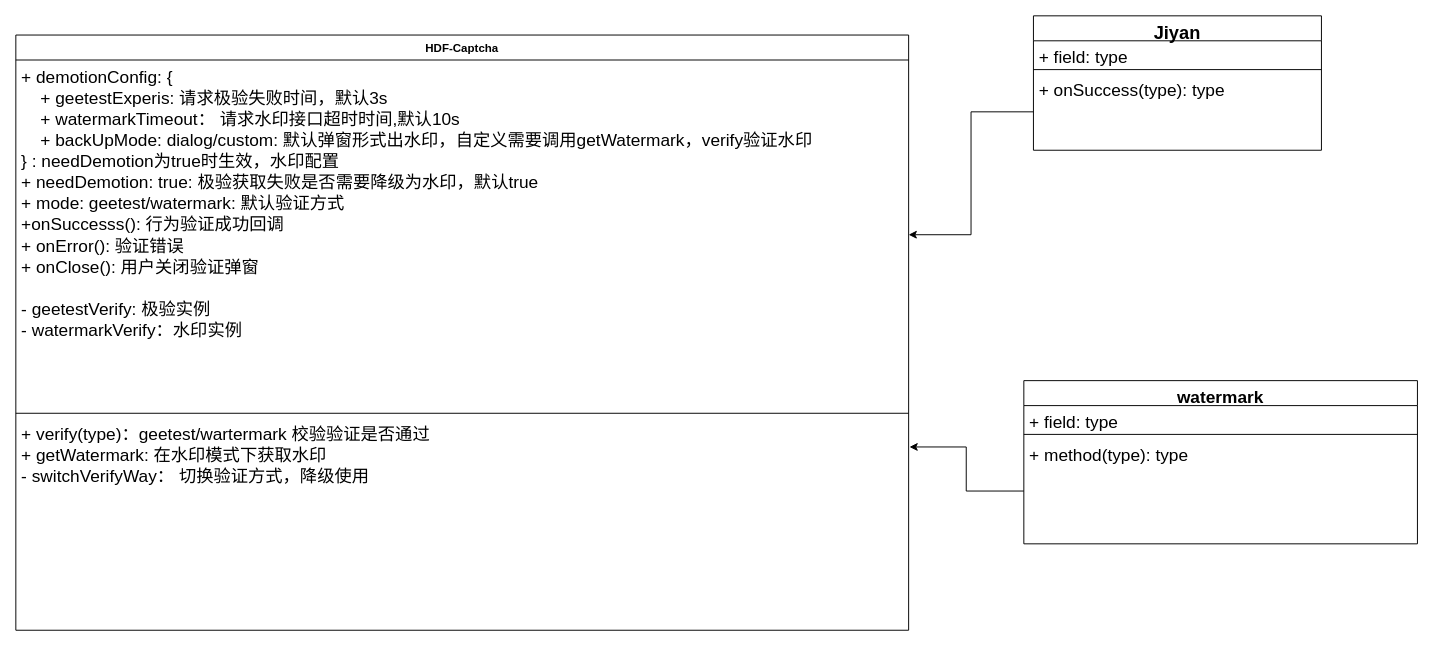
Earlier version of the draw.io diagram 极验组件类图.drawio (CYFW/drawio). Source tidied: cells renumbered, new cells numbered last; positions are measured from the earlier drawing's top-left corner, leaving out a move shared by most shapes. Both pictures are drawn from the tidied source at 96%, with x=0, y=0 at pixel (15, -23).
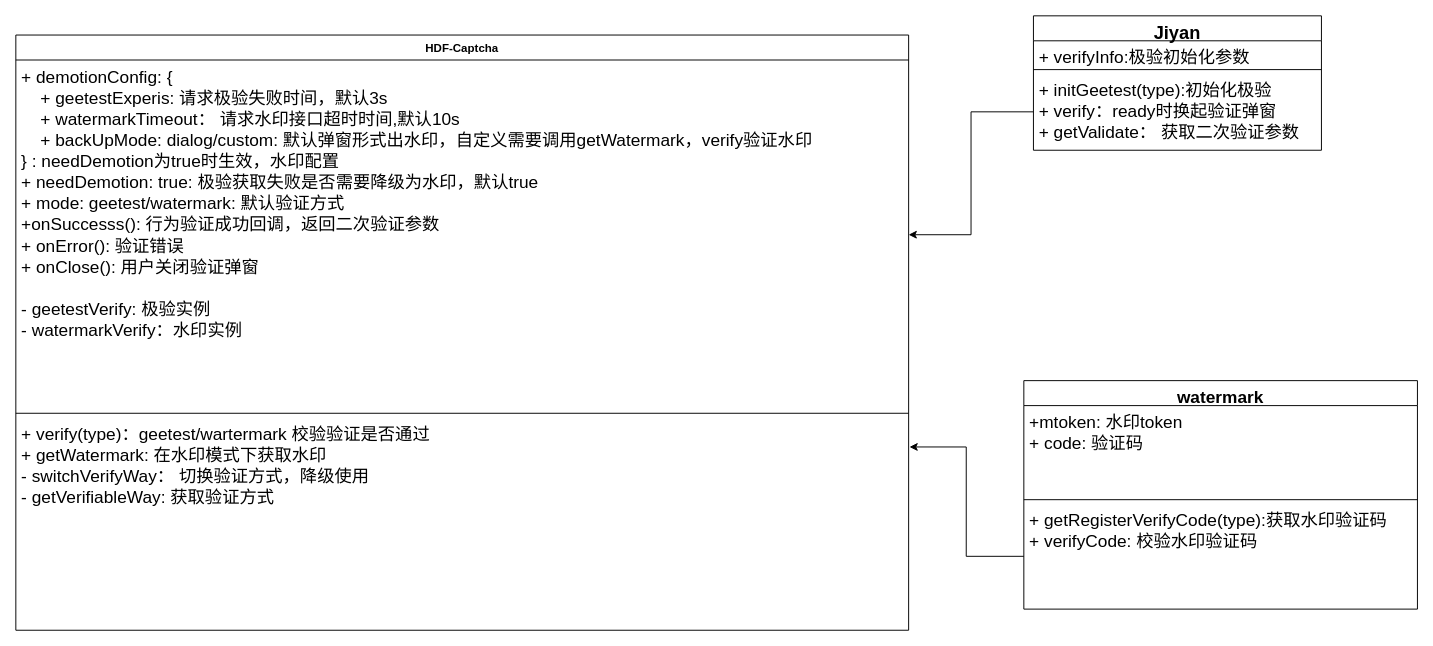
Above is the later version.

Commit message (it also covers changes not shown here):
更新极验组件类图.drawio

What changed in the source:
```diff
@@
 <mxGraphModel>
   <root>
     <mxCell id="0" />
     <mxCell id="1" parent="0" />
     <mxCell id="2" style="edgeStyle=orthogonalEdgeStyle;rounded=0;html=1;dashed=1;labelBackgroundColor=none;startFill=0;endArrow=open;endFill=0;endSize=10;fontFamily=Verdana;fontSize=10;" parent="1" edge="1">
       <mxGeometry relative="1" as="geometry">
         <mxPoint x="1530" as="sourcePoint" />
       </mxGeometry>
     </mxCell>
     <mxCell id="3" value="HDF-Captcha" style="swimlane;fontStyle=1;align=center;verticalAlign=top;horizontal=1;startSize=26;" parent="1" vertex="1">
       <mxGeometry y="60" width="930" height="620" as="geometry" />
     </mxCell>
-    <mxCell id="4" value="+ demotionConfig: {&#10;    + geetestExperis: 请求极验失败时间，默认3s&#10;    + watermarkTimeout： 请求水印接口超时时间,默认10s&#10;    + backUpMode: dialog/custom: 默认弹窗形式出水印，自定义需要调用getWatermark，verify验证水印&#10;} : needDemotion为true时生效，水印配置&#10;+ needDemotion: true: 极验获取失败是否需要降级为水印，默认true&#10;+ mode: geetest/watermark: 默认验证方式&#10;+onSuccesss(): 行为验证成功回调&#10;+ onError(): 验证错误&#10;+ onClose(): 用户关闭验证弹窗&#10;&#10;- geetestVerify: 极验实例&#10;- watermarkVerify：水印实例&#10;" style="text;strokeColor=none;fillColor=none;align=left;verticalAlign=top;spacingLeft=4;spacingRight=4;overflow=hidden;points=[[0,0.5],[1,0.5]];portConstraint=eastwest;fontSize=18;" parent="3" vertex="1">
+    <mxCell id="4" value="+ demotionConfig: {&#10;    + geetestExperis: 请求极验失败时间，默认3s&#10;    + watermarkTimeout： 请求水印接口超时时间,默认10s&#10;    + backUpMode: dialog/custom: 默认弹窗形式出水印，自定义需要调用getWatermark，verify验证水印&#10;} : needDemotion为true时生效，水印配置&#10;+ needDemotion: true: 极验获取失败是否需要降级为水印，默认true&#10;+ mode: geetest/watermark: 默认验证方式&#10;+onSuccesss(): 行为验证成功回调，返回二次验证参数&#10;+ onError(): 验证错误&#10;+ onClose(): 用户关闭验证弹窗&#10;&#10;- geetestVerify: 极验实例&#10;- watermarkVerify：水印实例&#10;" style="text;strokeColor=none;fillColor=none;align=left;verticalAlign=top;spacingLeft=4;spacingRight=4;overflow=hidden;points=[[0,0.5],[1,0.5]];portConstraint=eastwest;fontSize=18;" parent="3" vertex="1">
       <mxGeometry y="26" width="930" height="364" as="geometry" />
     </mxCell>
     <mxCell id="5" style="line;strokeWidth=1;fillColor=none;align=left;verticalAlign=middle;spacingTop=-1;spacingLeft=3;spacingRight=3;labelPosition=right;" parent="3" vertex="1">
       <mxGeometry y="390" width="930" height="8" as="geometry" />
     </mxCell>
-    <mxCell id="6" value="+ verify(type)：geetest/wartermark 校验验证是否通过&#10;+ getWatermark: 在水印模式下获取水印&#10;- switchVerifyWay： 切换验证方式，降级使用" style="text;strokeColor=none;fillColor=none;align=left;verticalAlign=top;spacingLeft=4;spacingRight=4;overflow=hidden;points=[[0,0.5],[1,0.5]];portConstraint=eastwest;fontSize=18;" parent="3" vertex="1">
+    <mxCell id="6" value="+ verify(type)：geetest/wartermark 校验验证是否通过&#10;+ getWatermark: 在水印模式下获取水印&#10;- switchVerifyWay： 切换验证方式，降级使用&#10;- getVerifiableWay: 获取验证方式" style="text;strokeColor=none;fillColor=none;align=left;verticalAlign=top;spacingLeft=4;spacingRight=4;overflow=hidden;points=[[0,0.5],[1,0.5]];portConstraint=eastwest;fontSize=18;" parent="3" vertex="1">
       <mxGeometry y="398" width="930" height="222" as="geometry" />
     </mxCell>
     <mxCell id="7" value="Jiyan" style="swimlane;fontStyle=1;align=center;verticalAlign=top;horizontal=1;startSize=26;fontSize=19;" parent="1" vertex="1">
       <mxGeometry x="1060" y="40" width="300" height="140" as="geometry" />
     </mxCell>
-    <mxCell id="8" value="+ field: type" style="text;strokeColor=none;fillColor=none;align=left;verticalAlign=top;spacingLeft=4;spacingRight=4;overflow=hidden;fontSize=18;" parent="7" vertex="1">
+    <mxCell id="8" value="+ verifyInfo:极验初始化参数" style="text;strokeColor=none;fillColor=none;align=left;verticalAlign=top;spacingLeft=4;spacingRight=4;overflow=hidden;fontSize=18;" parent="7" vertex="1">
       <mxGeometry y="26" width="300" height="26" as="geometry" />
     </mxCell>
     <mxCell id="9" style="line;strokeWidth=1;fillColor=none;align=left;verticalAlign=middle;spacingTop=-1;spacingLeft=3;spacingRight=3;labelPosition=right;" parent="7" vertex="1">
       <mxGeometry y="52" width="300" height="8" as="geometry" />
     </mxCell>
-    <mxCell id="10" value="+ onSuccess(type): type" style="text;strokeColor=none;fillColor=none;align=left;verticalAlign=top;spacingLeft=4;spacingRight=4;overflow=hidden;points=[[0,0.5],[1,0.5]];portConstraint=eastwest;fontSize=18;" parent="7" vertex="1">
+    <mxCell id="10" value="+ initGeetest(type):初始化极验&#10;+ verify：ready时换起验证弹窗&#10;+ getValidate： 获取二次验证参数" style="text;strokeColor=none;fillColor=none;align=left;verticalAlign=top;spacingLeft=4;spacingRight=4;overflow=hidden;points=[[0,0.5],[1,0.5]];portConstraint=eastwest;fontSize=18;" parent="7" vertex="1">
       <mxGeometry y="60" width="300" height="80" as="geometry" />
     </mxCell>
     <mxCell id="11" value="watermark" style="swimlane;fontStyle=1;align=center;verticalAlign=top;horizontal=1;startSize=26;fontSize=18;" parent="1" vertex="1">
-      <mxGeometry x="1050" y="420" width="410" height="170" as="geometry" />
+      <mxGeometry x="1050" y="420" width="410" height="238" as="geometry" />
     </mxCell>
-    <mxCell id="12" value="+ field: type" style="text;strokeColor=none;fillColor=none;align=left;verticalAlign=top;spacingLeft=4;spacingRight=4;overflow=hidden;fontSize=18;" parent="11" vertex="1">
-      <mxGeometry y="26" width="410" height="26" as="geometry" />
+    <mxCell id="12" value="+mtoken: 水印token&#10;+ code: 验证码" style="text;strokeColor=none;fillColor=none;align=left;verticalAlign=top;spacingLeft=4;spacingRight=4;overflow=hidden;fontSize=18;" parent="11" vertex="1">
+      <mxGeometry y="26" width="410" height="94" as="geometry" />
     </mxCell>
     <mxCell id="13" style="line;strokeWidth=1;fillColor=none;align=left;verticalAlign=middle;spacingTop=-1;spacingLeft=3;spacingRight=3;labelPosition=right;" parent="11" vertex="1">
-      <mxGeometry y="52" width="410" height="8" as="geometry" />
+      <mxGeometry y="120" width="410" height="8" as="geometry" />
     </mxCell>
-    <mxCell id="14" value="+ method(type): type" style="text;strokeColor=none;fillColor=none;align=left;verticalAlign=top;spacingLeft=4;spacingRight=4;overflow=hidden;points=[[0,0.5],[1,0.5]];portConstraint=eastwest;fontSize=18;" parent="11" vertex="1">
-      <mxGeometry y="60" width="410" height="110" as="geometry" />
+    <mxCell id="14" value="+ getRegisterVerifyCode(type):获取水印验证码&#10;+ verifyCode: 校验水印验证码" style="text;strokeColor=none;fillColor=none;align=left;verticalAlign=top;spacingLeft=4;spacingRight=4;overflow=hidden;points=[[0,0.5],[1,0.5]];portConstraint=eastwest;fontSize=18;" parent="11" vertex="1">
+      <mxGeometry y="128" width="410" height="110" as="geometry" />
     </mxCell>
     <mxCell id="15" style="edgeStyle=orthogonalEdgeStyle;rounded=0;jettySize=auto;html=1;exitX=0;exitY=0.5;exitDx=0;exitDy=0;entryX=1;entryY=0.5;entryDx=0;entryDy=0;fontSize=18;" parent="1" edge="1" source="10" target="4">
       <mxGeometry relative="1" as="geometry" />
     </mxCell>
     <mxCell id="16" style="edgeStyle=orthogonalEdgeStyle;rounded=0;jettySize=auto;html=1;entryX=1.001;entryY=0.14;entryDx=0;entryDy=0;entryPerimeter=0;fontSize=18;" parent="1" edge="1" source="14" target="6">
       <mxGeometry relative="1" as="geometry" />
     </mxCell>
   </root>
 </mxGraphModel>
```
